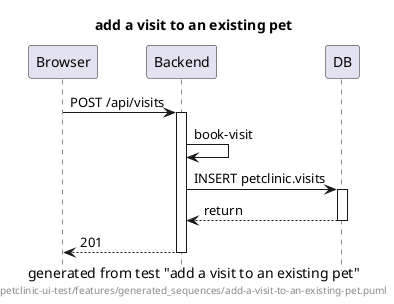
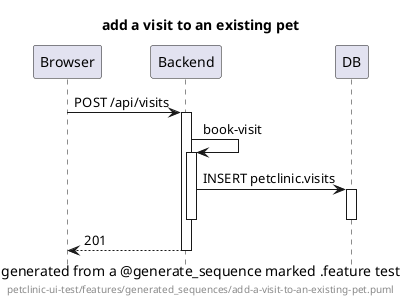
@startuml
hide footbox
title add a visit to an existing pet
- caption generated from test "add a visit to an existing pet"
+ caption generated from a @generate_sequence marked .feature test
footer petclinic-ui-test/features/generated_sequences/add-a-visit-to-an-existing-pet.puml
participant Browser
participant Backend
participant DB
Browser -> Backend: POST /api/visits
activate Backend
Backend -> Backend: book-visit
+ activate Backend
Backend -> DB: INSERT petclinic.visits
activate DB
- DB --> Backend: return
deactivate DB
+ deactivate Backend
Backend --> Browser: 201
deactivate Backend
@enduml
